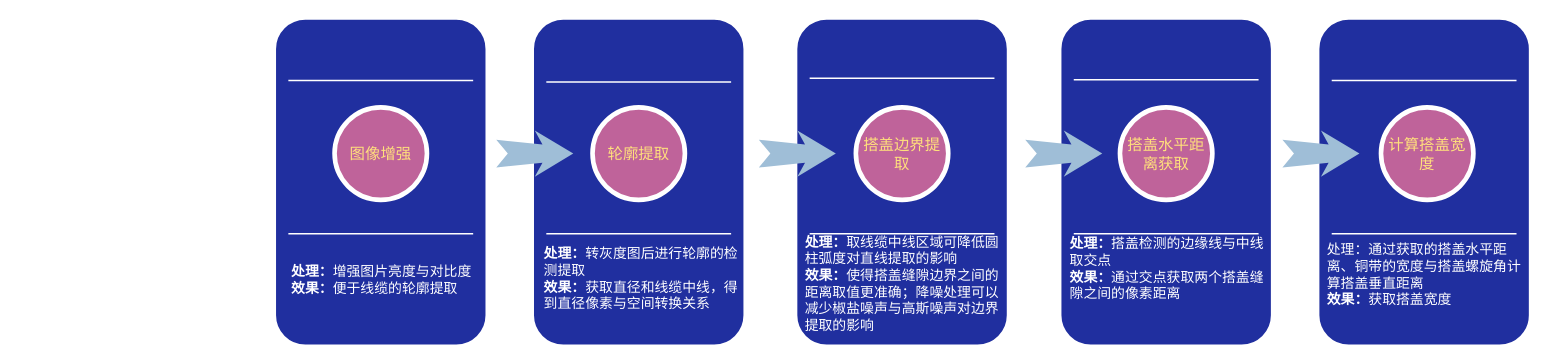
Earlier version of the draw.io diagram 未命名绘图.drawio (liuyi3013/colab). Source tidied: cells renumbered, new cells numbered last; positions are measured from the earlier drawing's top-left corner, leaving out a move shared by most shapes. Both pictures are drawn from the tidied source at 77%, with x=0, y=0 at pixel (273, 16).
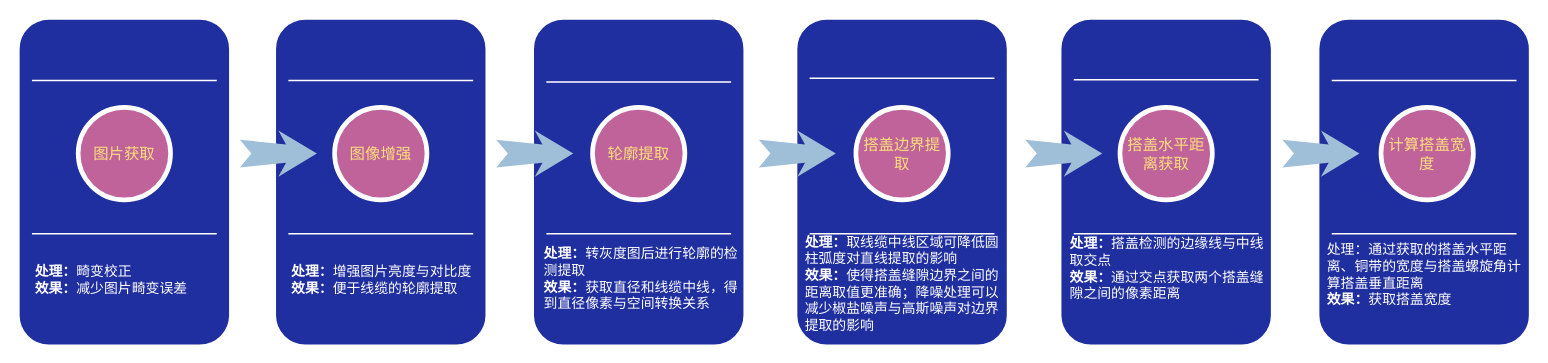
The same page after the edit.

Commit message:
更新未命名绘图.drawio

What changed in the source:
```diff
@@
+    <mxCell id="31" style="html=1;shadow=0;dashed=0;align=center;verticalAlign=middle;shape=mxgraph.arrows2.stylisedArrow;dy=0.6;dx=40;notch=15;feather=0.4;rounded=0;strokeWidth=1;fontSize=27;strokeColor=none;fillColor=#9FBED7;" parent="1" vertex="1">
+      <mxGeometry x="-43" y="148" width="100" height="60" as="geometry" />
+    </mxCell>
+    <mxCell id="32" style="whiteSpace=wrap;html=1;rounded=1;shadow=0;strokeWidth=8;fontSize=20;align=center;fillColor=#202F9F;strokeColor=#FFFFFF;" parent="1" vertex="1">
+      <mxGeometry x="-333" width="280" height="430" as="geometry" />
+    </mxCell>
+    <mxCell id="33" value="&lt;b&gt;处理：&lt;/b&gt;畸变校正&lt;br&gt;&lt;b&gt;效果：&lt;/b&gt;减少图片畸变误差" style="text;html=1;strokeColor=none;fillColor=none;align=left;verticalAlign=middle;whiteSpace=wrap;rounded=0;shadow=0;fontSize=18;fontColor=#FFFFFF;" parent="1" vertex="1">
+      <mxGeometry x="-311" y="298" width="236" height="90" as="geometry" />
+    </mxCell>
+    <mxCell id="34" style="line;strokeWidth=2;html=1;rounded=0;shadow=0;fontSize=27;align=center;fillColor=none;strokeColor=#FFFFFF;" parent="1" vertex="1">
+      <mxGeometry x="-313" y="78" width="240" height="10" as="geometry" />
+    </mxCell>
+    <mxCell id="35" style="line;strokeWidth=2;html=1;rounded=0;shadow=0;fontSize=27;align=center;fillColor=none;strokeColor=#FFFFFF;" parent="1" vertex="1">
+      <mxGeometry x="-313" y="277" width="240" height="10" as="geometry" />
+    </mxCell>
+    <mxCell id="36" value="图片获取" style="ellipse;whiteSpace=wrap;html=1;rounded=0;shadow=0;strokeWidth=6;fontSize=20;align=center;fillColor=#BF639A;strokeColor=#FFFFFF;fontColor=#FFE07C;" parent="1" vertex="1">
+      <mxGeometry x="-253" y="118" width="120" height="120" as="geometry" />
+    </mxCell>
```
